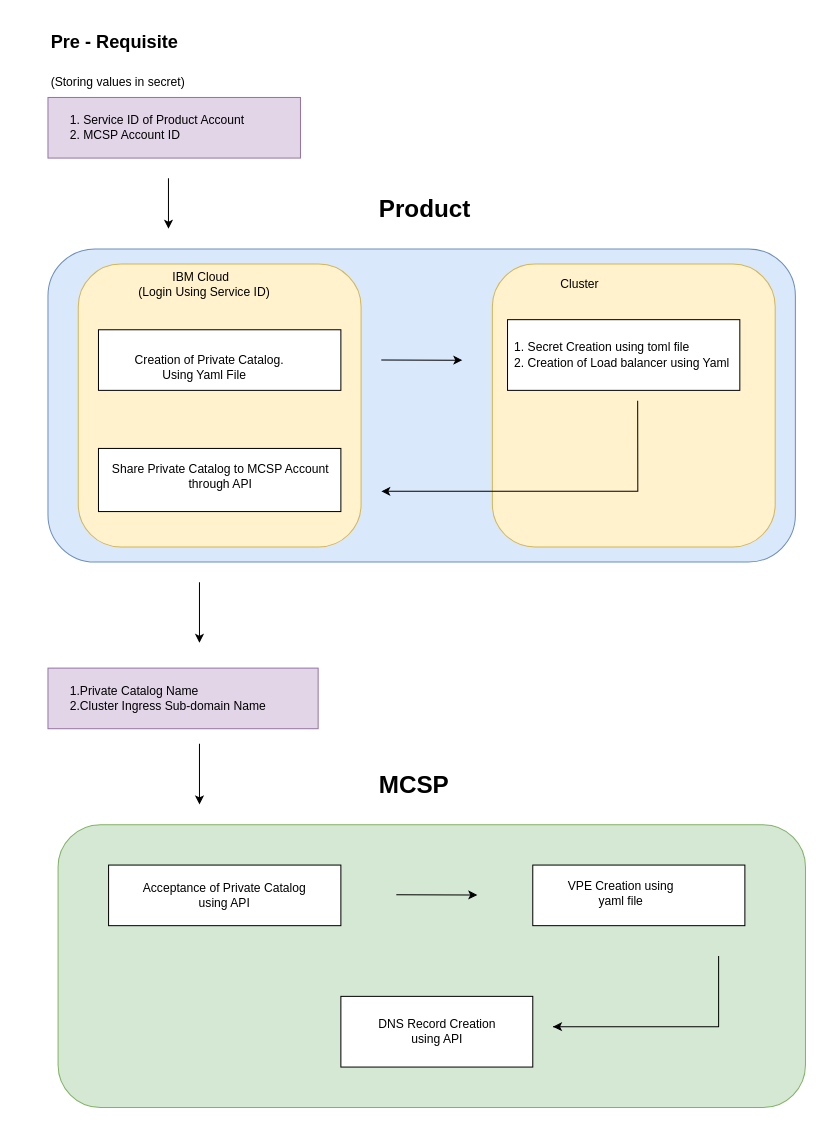
This is Untitled Diagram.drawio from KarthickJayaraju/Private-Route, a draw.io file, before an edit. Source tidied: cells renumbered, new cells numbered last; positions are measured from the earlier drawing's top-left corner, leaving out a move shared by most shapes. Both pictures are drawn from the tidied source at 101%, with x=0, y=0 at pixel (17, 46).
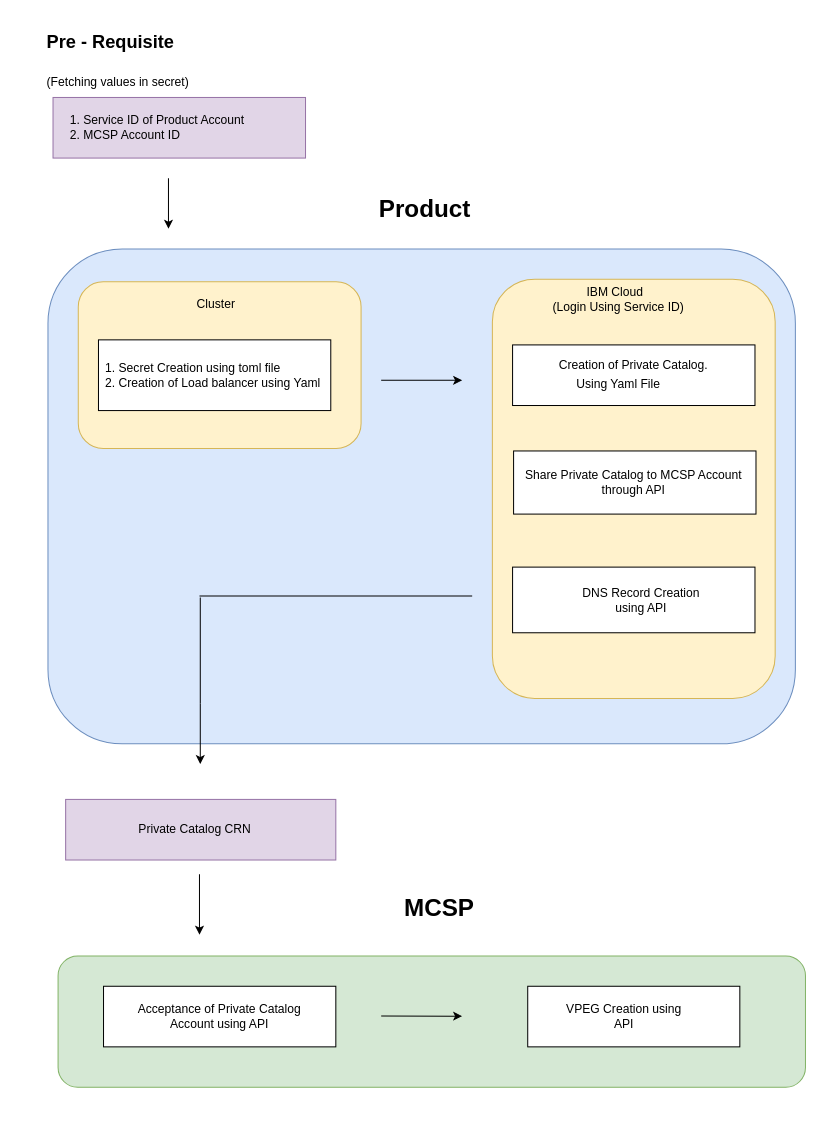
The same diagram, later.

Commit message:
Private_Network_connection_addon_FlowDiagram

What changed in the source:
```diff
@@
     <mxCell id="2" style="rounded=0;whiteSpace=wrap;html=1;fillColor=#e1d5e7;strokeColor=#9673a6;" parent="1" vertex="1">
-      <mxGeometry x="30" y="50" width="250" height="60" as="geometry" />
+      <mxGeometry x="35" y="50" width="250" height="60" as="geometry" />
     </mxCell>
     <mxCell id="3" style="rounded=1;whiteSpace=wrap;html=1;fillColor=#dae8fc;strokeColor=#6c8ebf;" parent="1" vertex="1">
-      <mxGeometry x="30" y="200" width="740" height="310" as="geometry" />
+      <mxGeometry x="30" y="200" width="740" height="490" as="geometry" />
     </mxCell>
     <mxCell id="4" style="rounded=1;whiteSpace=wrap;html=1;fillColor=#fff2cc;strokeColor=#d6b656;" parent="1" vertex="1">
-      <mxGeometry x="60" y="215" width="280" height="280" as="geometry" />
+      <mxGeometry x="470" y="230" width="280" height="415" as="geometry" />
     </mxCell>
-    <mxCell id="5" value="&lt;h2 style=&quot;text-align: left;&quot;&gt;Pre - Requisite&amp;nbsp;&lt;/h2&gt;&lt;h2&gt;&lt;span style=&quot;background-color: initial; font-size: 12px; font-weight: normal;&quot;&gt;(Storing values in secret)&lt;/span&gt;&lt;/h2&gt;" style="text;html=1;align=center;verticalAlign=middle;whiteSpace=wrap;rounded=0;" parent="1" vertex="1">
+    <mxCell id="5" value="&lt;h2 style=&quot;text-align: left;&quot;&gt;Pre - Requisite&amp;nbsp;&lt;/h2&gt;&lt;h2&gt;&lt;span style=&quot;background-color: initial; font-size: 12px; font-weight: normal;&quot;&gt;(Fetching values in secret)&lt;/span&gt;&lt;/h2&gt;" style="text;html=1;align=center;verticalAlign=middle;whiteSpace=wrap;rounded=0;" parent="1" vertex="1">
       <mxGeometry width="199" height="30" as="geometry" />
     </mxCell>
     <mxCell id="6" style="rounded=0;whiteSpace=wrap;html=1;" parent="1" vertex="1">
-      <mxGeometry x="80" y="280" width="240" height="60" as="geometry" />
+      <mxGeometry x="490" y="295" width="240" height="60" as="geometry" />
     </mxCell>
     <mxCell id="7" value="&lt;div style=&quot;text-align: left;&quot;&gt;&lt;br&gt;&lt;/div&gt;&lt;div style=&quot;text-align: left;&quot;&gt;Creation of Private Catalog.&lt;/div&gt;&lt;div&gt;&lt;br&gt;&lt;/div&gt;" style="text;html=1;align=center;verticalAlign=middle;whiteSpace=wrap;rounded=0;" parent="1" vertex="1">
-      <mxGeometry x="110" y="295" width="160" height="30" as="geometry" />
+      <mxGeometry x="530" y="300" width="160" height="30" as="geometry" />
     </mxCell>
     <mxCell id="8" style="rounded=1;whiteSpace=wrap;html=1;fillColor=#fff2cc;strokeColor=#d6b656;" parent="1" vertex="1">
-      <mxGeometry x="470" y="215" width="280" height="280" as="geometry" />
+      <mxGeometry x="60" y="232.5" width="280" height="165" as="geometry" />
     </mxCell>
     <mxCell id="9" value="IBM Cloud&amp;nbsp;&amp;nbsp;&lt;div&gt;(Login Using Service ID)&lt;/div&gt;" style="text;html=1;align=center;verticalAlign=middle;whiteSpace=wrap;rounded=0;" parent="1" vertex="1">
-      <mxGeometry x="110" y="220" width="150" height="30" as="geometry" />
+      <mxGeometry x="520" y="235" width="150" height="30" as="geometry" />
     </mxCell>
     <mxCell id="10" style="rounded=0;whiteSpace=wrap;html=1;" parent="1" vertex="1">
-      <mxGeometry x="485" y="270" width="230" height="70" as="geometry" />
+      <mxGeometry x="80" y="290" width="230" height="70" as="geometry" />
     </mxCell>
     <mxCell id="11" value="&amp;nbsp;Cluster" style="text;html=1;align=center;verticalAlign=middle;whiteSpace=wrap;rounded=0;" parent="1" vertex="1">
-      <mxGeometry x="485" y="220" width="140" height="30" as="geometry" />
+      <mxGeometry x="125" y="240" width="140" height="30" as="geometry" />
     </mxCell>
     <mxCell id="12" value="1. Secret Creation using toml file&lt;div&gt;2. Creation of Load balancer using Yaml&lt;/div&gt;" style="text;html=1;align=left;verticalAlign=middle;whiteSpace=wrap;rounded=0;" parent="1" vertex="1">
-      <mxGeometry x="490" y="290" width="220" height="30" as="geometry" />
+      <mxGeometry x="85" y="310" width="220" height="30" as="geometry" />
     </mxCell>
     <mxCell id="13" style="rounded=0;whiteSpace=wrap;html=1;" parent="1" vertex="1">
-      <mxGeometry x="80" y="397.5" width="240" height="62.5" as="geometry" />
+      <mxGeometry x="491" y="400" width="240" height="62.5" as="geometry" />
     </mxCell>
     <mxCell id="14" value="Share Private Catalog to MCSP Account&lt;div&gt;through API&lt;/div&gt;" style="text;html=1;align=center;verticalAlign=middle;whiteSpace=wrap;rounded=0;" parent="1" vertex="1">
-      <mxGeometry x="91" y="420" width="220" height="10" as="geometry" />
+      <mxGeometry x="500" y="426.2" width="220" height="10" as="geometry" />
     </mxCell>
     <mxCell id="15" style="endArrow=classic;html=1;rounded=0;exitX=0.447;exitY=0.818;exitDx=0;exitDy=0;exitPerimeter=0;" parent="1" edge="1">
       <mxGeometry relative="1" as="geometry">
-        <mxPoint x="360" y="310" as="sourcePoint" />
-        <mxPoint x="440.3" y="310.1" as="targetPoint" />
+        <mxPoint x="359.9" y="330" as="sourcePoint" />
+        <mxPoint x="440.1" y="330.1" as="targetPoint" />
+        <Array as="points">
+          <mxPoint x="399.9" y="330" />
+        </Array>
       </mxGeometry>
     </mxCell>
-    <mxCell id="16" style="endArrow=classic;html=1;rounded=0;exitX=0.789;exitY=0.485;exitDx=0;exitDy=0;exitPerimeter=0;" parent="1" edge="1" source="3">
-      <mxGeometry relative="1" as="geometry">
-        <mxPoint x="360" y="440" as="targetPoint" />
-        <Array as="points">
-          <mxPoint x="614" y="440" />
-          <mxPoint x="360" y="440" />
-        </Array>
-      </mxGeometry>
-    </mxCell>
@@
     <mxCell id="18" style="rounded=1;whiteSpace=wrap;html=1;fillColor=#d5e8d4;strokeColor=#82b366;" parent="1" vertex="1">
-      <mxGeometry x="40" y="770" width="740" height="280" as="geometry" />
+      <mxGeometry x="40" y="900" width="740" height="130" as="geometry" />
     </mxCell>
     <mxCell id="19" style="rounded=0;whiteSpace=wrap;html=1;fillColor=#e1d5e7;strokeColor=#9673a6;" parent="1" vertex="1">
-      <mxGeometry x="30" y="615" width="267.5" height="60" as="geometry" />
+      <mxGeometry x="47.5" y="745" width="267.5" height="60" as="geometry" />
     </mxCell>
-    <mxCell id="20" value="1.Private Catalog Name&lt;div&gt;2.Cluster Ingress Sub-domain Name&lt;/div&gt;" style="text;html=1;align=left;verticalAlign=middle;whiteSpace=wrap;rounded=0;" parent="1" vertex="1">
-      <mxGeometry x="50" y="620" width="200" height="50" as="geometry" />
+    <mxCell id="20" value="Private Catalog CRN" style="text;html=1;align=left;verticalAlign=middle;whiteSpace=wrap;rounded=0;" parent="1" vertex="1">
+      <mxGeometry x="118" y="750" width="200" height="50" as="geometry" />
     </mxCell>
     <mxCell id="21" style="rounded=0;whiteSpace=wrap;html=1;" parent="1" vertex="1">
-      <mxGeometry x="90" y="810" width="230" height="60" as="geometry" />
+      <mxGeometry x="85" y="930" width="230" height="60" as="geometry" />
     </mxCell>
-    <mxCell id="22" value="Acceptance of Private Catalog using API" style="text;html=1;align=center;verticalAlign=middle;whiteSpace=wrap;rounded=0;" parent="1" vertex="1">
-      <mxGeometry x="120" y="825" width="170" height="30" as="geometry" />
+    <mxCell id="22" value="Acceptance of Private Catalog Account using API" style="text;html=1;align=center;verticalAlign=middle;whiteSpace=wrap;rounded=0;" parent="1" vertex="1">
+      <mxGeometry x="115" y="945" width="170" height="30" as="geometry" />
     </mxCell>
     <mxCell id="23" style="rounded=0;whiteSpace=wrap;html=1;" parent="1" vertex="1">
-      <mxGeometry x="510" y="810" width="210" height="60" as="geometry" />
+      <mxGeometry x="505" y="930" width="210" height="60" as="geometry" />
     </mxCell>
-    <mxCell id="24" value="VPE Creation using yaml file" style="text;html=1;align=center;verticalAlign=middle;whiteSpace=wrap;rounded=0;" parent="1" vertex="1">
-      <mxGeometry x="535" y="825" width="125" height="25" as="geometry" />
+    <mxCell id="24" value="VPEG Creation using API" style="text;html=1;align=center;verticalAlign=middle;whiteSpace=wrap;rounded=0;" parent="1" vertex="1">
+      <mxGeometry x="537.5" y="947.5" width="125" height="25" as="geometry" />
     </mxCell>
     <mxCell id="25" style="rounded=0;whiteSpace=wrap;html=1;" parent="1" vertex="1">
-      <mxGeometry x="320" y="940" width="190" height="70" as="geometry" />
+      <mxGeometry x="490" y="515" width="240" height="65" as="geometry" />
     </mxCell>
     <mxCell id="26" value="DNS Record Creation using API" style="text;html=1;align=center;verticalAlign=middle;whiteSpace=wrap;rounded=0;" parent="1" vertex="1">
-      <mxGeometry x="347.5" y="960" width="135" height="30" as="geometry" />
+      <mxGeometry x="550" y="532.5" width="135" height="30" as="geometry" />
     </mxCell>
     <mxCell id="27" style="endArrow=classic;html=1;rounded=0;exitX=0.447;exitY=0.818;exitDx=0;exitDy=0;exitPerimeter=0;" parent="1" edge="1">
       <mxGeometry relative="1" as="geometry">
-        <mxPoint x="374.9" y="839.5" as="sourcePoint" />
-        <mxPoint x="455.1" y="839.6" as="targetPoint" />
+        <mxPoint x="359.9" y="959.5" as="sourcePoint" />
+        <mxPoint x="440.1" y="959.6" as="targetPoint" />
       </mxGeometry>
     </mxCell>
-    <mxCell id="28" style="endArrow=classic;html=1;rounded=0;" parent="1" edge="1">
-      <mxGeometry relative="1" as="geometry">
-        <mxPoint x="694" y="900" as="sourcePoint" />
-        <mxPoint x="530" y="970" as="targetPoint" />
-        <Array as="points">
-          <mxPoint x="694" y="900" />
-          <mxPoint x="694" y="970" />
-          <mxPoint x="530" y="970" />
-          <mxPoint x="684" y="970" />
-        </Array>
-      </mxGeometry>
-    </mxCell>
     <mxCell id="29" style="endArrow=classic;html=1;rounded=0;" parent="1" edge="1">
       <mxGeometry relative="1" as="geometry">
-        <mxPoint x="180" y="530" as="sourcePoint" />
-        <mxPoint x="180" y="590" as="targetPoint" />
+        <mxPoint x="180.8" y="650" as="sourcePoint" />
+        <mxPoint x="180.8" y="710" as="targetPoint" />
       </mxGeometry>
     </mxCell>
     <mxCell id="30" style="endArrow=classic;html=1;rounded=0;" parent="1" edge="1">
       <mxGeometry relative="1" as="geometry">
-        <mxPoint x="180" y="690" as="sourcePoint" />
-        <mxPoint x="180" y="750" as="targetPoint" />
+        <mxPoint x="180" y="819" as="sourcePoint" />
+        <mxPoint x="180" y="879" as="targetPoint" />
+        <Array as="points">
+          <mxPoint x="180" y="849" />
+        </Array>
       </mxGeometry>
     </mxCell>
@@
     <mxCell id="32" value="&lt;h1 style=&quot;margin-top: 0px;&quot;&gt;MCSP&lt;/h1&gt;" style="text;html=1;whiteSpace=wrap;overflow=hidden;rounded=0;" parent="1" vertex="1">
-      <mxGeometry x="356.2" y="710" width="107.5" height="50" as="geometry" />
+      <mxGeometry x="380.5" y="832" width="107.5" height="50" as="geometry" />
     </mxCell>
@@
     <mxCell id="34" value="Using Yaml File" style="text;html=1;align=center;verticalAlign=middle;whiteSpace=wrap;rounded=0;" parent="1" vertex="1">
-      <mxGeometry x="130" y="310" width="110" height="30" as="geometry" />
+      <mxGeometry x="540" y="319" width="110" height="30" as="geometry" />
     </mxCell>
+    <mxCell id="35" style="endArrow=none;html=1;rounded=0;" parent="1" edge="1">
+      <mxGeometry relative="1" as="geometry">
+        <mxPoint x="180" y="543.5" as="sourcePoint" />
+        <mxPoint x="450" y="543.5" as="targetPoint" />
+      </mxGeometry>
+    </mxCell>
+    <mxCell id="36" style="endArrow=none;html=1;rounded=0;" parent="1" edge="1">
+      <mxGeometry relative="1" as="geometry">
+        <mxPoint x="180.8" y="545" as="sourcePoint" />
+        <mxPoint x="180.8" y="650" as="targetPoint" />
+      </mxGeometry>
+    </mxCell>
```
